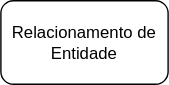
Jardejane/servi-o-oficina keeps this draw.io diagram as project.drawio.svg. Above is the earlier version. Source tidied: cells renumbered, new cells last; positions are measured from the earlier drawing's top-left corner, leaving out a move shared by most shapes.
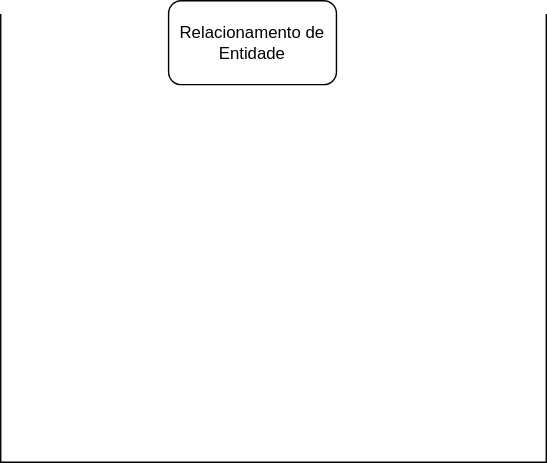
The same file after the commit.

Commit message:
Feat: Testing the square of drawio

What changed in the source:
```diff
@@ -5,5 +5,8 @@
     <mxCell id="2" value="Relacionamento de Entidade" style="rounded=1;whiteSpace=wrap;html=1;" parent="1" vertex="1">
       <mxGeometry width="120" height="60" as="geometry" />
     </mxCell>
+    <mxCell id="3" style="shape=partialRectangle;whiteSpace=wrap;html=1;bottom=1;right=1;left=1;top=0;fillColor=none;routingCenterX=-0.5;" parent="1" vertex="1">
+      <mxGeometry x="-120" y="10" width="390" height="320" as="geometry" />
+    </mxCell>
   </root>
 </mxGraphModel>
```
